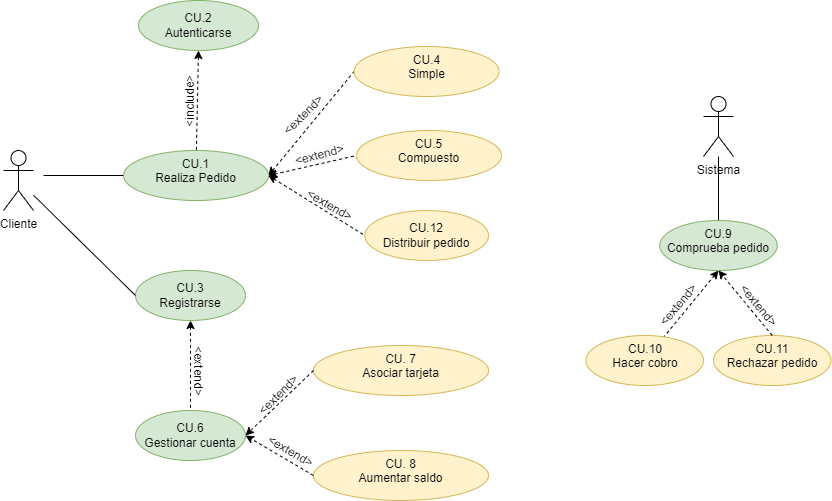
This is Tareas/casosUso/Tarea5-Tienda Virtual/TiendaVirtual.drawio.png from colidom/ets, a draw.io export, as it was before one commit. Source tidied: cells renumbered, new cells last; positions are measured from the earlier drawing's top-left corner, leaving out a move shared by most shapes.
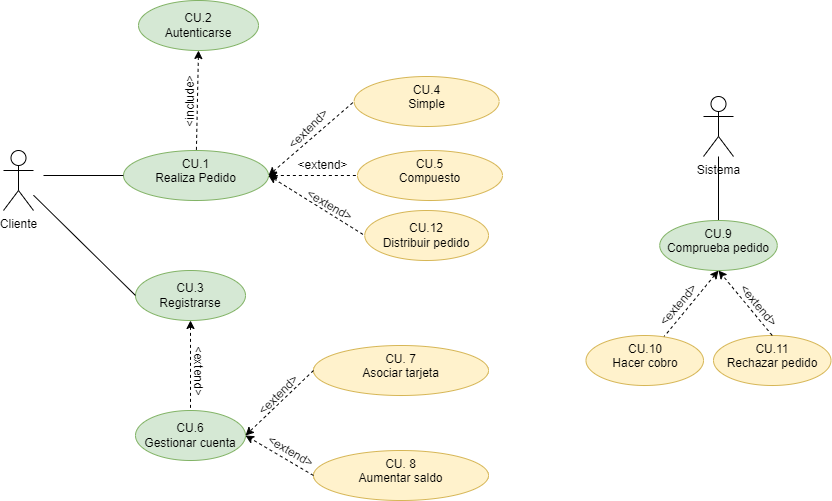
Later version of the same file.

The edit, as a diff of the source:
```diff
@@ -49,19 +49,19 @@
       </mxGeometry>
     </mxCell>
     <mxCell id="16" value="&lt;div&gt;CU.4&lt;/div&gt;&lt;div&gt;Simple&lt;/div&gt;" style="ellipse;whiteSpace=wrap;html=1;verticalAlign=top;fillColor=#fff2cc;strokeColor=#d6b656;" parent="1" vertex="1">
-      <mxGeometry x="350.6" y="46" width="145" height="50" as="geometry" />
+      <mxGeometry x="350.6" y="76" width="145" height="50" as="geometry" />
     </mxCell>
     <mxCell id="17" value="&lt;div&gt;CU.5&lt;/div&gt;&lt;div&gt;Compuesto&lt;/div&gt;" style="ellipse;whiteSpace=wrap;html=1;verticalAlign=top;fillColor=#fff2cc;strokeColor=#d6b656;" parent="1" vertex="1">
-      <mxGeometry x="353" y="130" width="145" height="50" as="geometry" />
+      <mxGeometry x="354" y="150" width="145" height="50" as="geometry" />
     </mxCell>
     <mxCell id="18" style="rounded=0;jettySize=auto;html=1;exitX=1;exitY=0.5;exitDx=0;exitDy=0;entryX=0;entryY=0.5;entryDx=0;entryDy=0;startArrow=classic;startFill=1;endArrow=none;endFill=0;dashed=1;" parent="1" edge="1" source="4" target="17">
       <mxGeometry relative="1" as="geometry" />
     </mxCell>
     <mxCell id="19" value="&amp;lt;extend&amp;gt;" style="text;html=1;align=center;verticalAlign=middle;strokeColor=none;fillColor=none;rotation=-45;" parent="1" vertex="1">
-      <mxGeometry x="265" y="100" width="70" height="30" as="geometry" />
+      <mxGeometry x="270" y="114" width="70" height="30" as="geometry" />
     </mxCell>
-    <mxCell id="20" value="&amp;lt;extend&amp;gt;" style="text;html=1;align=center;verticalAlign=middle;strokeColor=none;fillColor=none;rotation=-15;" parent="1" vertex="1">
-      <mxGeometry x="280.6" y="140" width="70" height="30" as="geometry" />
+    <mxCell id="20" value="&amp;lt;extend&amp;gt;" style="text;html=1;align=center;verticalAlign=middle;strokeColor=none;fillColor=none;rotation=0;" parent="1" vertex="1">
+      <mxGeometry x="284" y="150" width="70" height="30" as="geometry" />
     </mxCell>
     <mxCell id="21" value="&lt;div&gt;CU.6&lt;/div&gt;&lt;div&gt;Gestionar cuenta&lt;/div&gt;" style="ellipse;whiteSpace=wrap;html=1;fillColor=#d5e8d4;strokeColor=#82b366;" parent="1" vertex="1">
       <mxGeometry x="132" y="410" width="110" height="50" as="geometry" />
```
